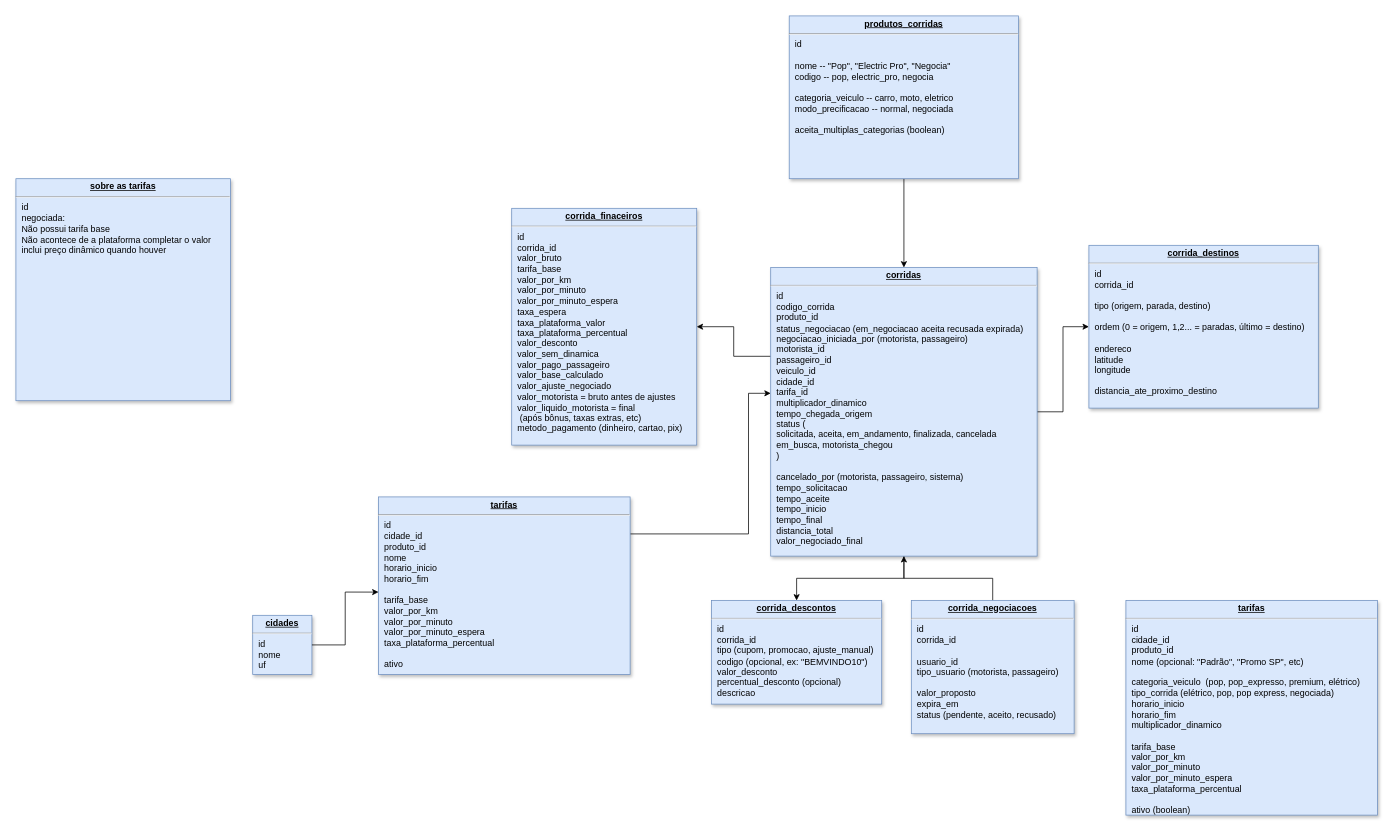
PnA-Publicidade/aplicativo-mobilidade-urbana-backend keeps this draw.io diagram as page "corridas" (2 of 2) of Diagrama sem nome.drawio. Above is the earlier version. Source tidied: cells renumbered, new cells numbered last; positions are measured from the earlier drawing's top-left corner, leaving out a move shared by most shapes. Both pictures are drawn from the tidied source at 74%, with x=0, y=0 at pixel (16, 16).
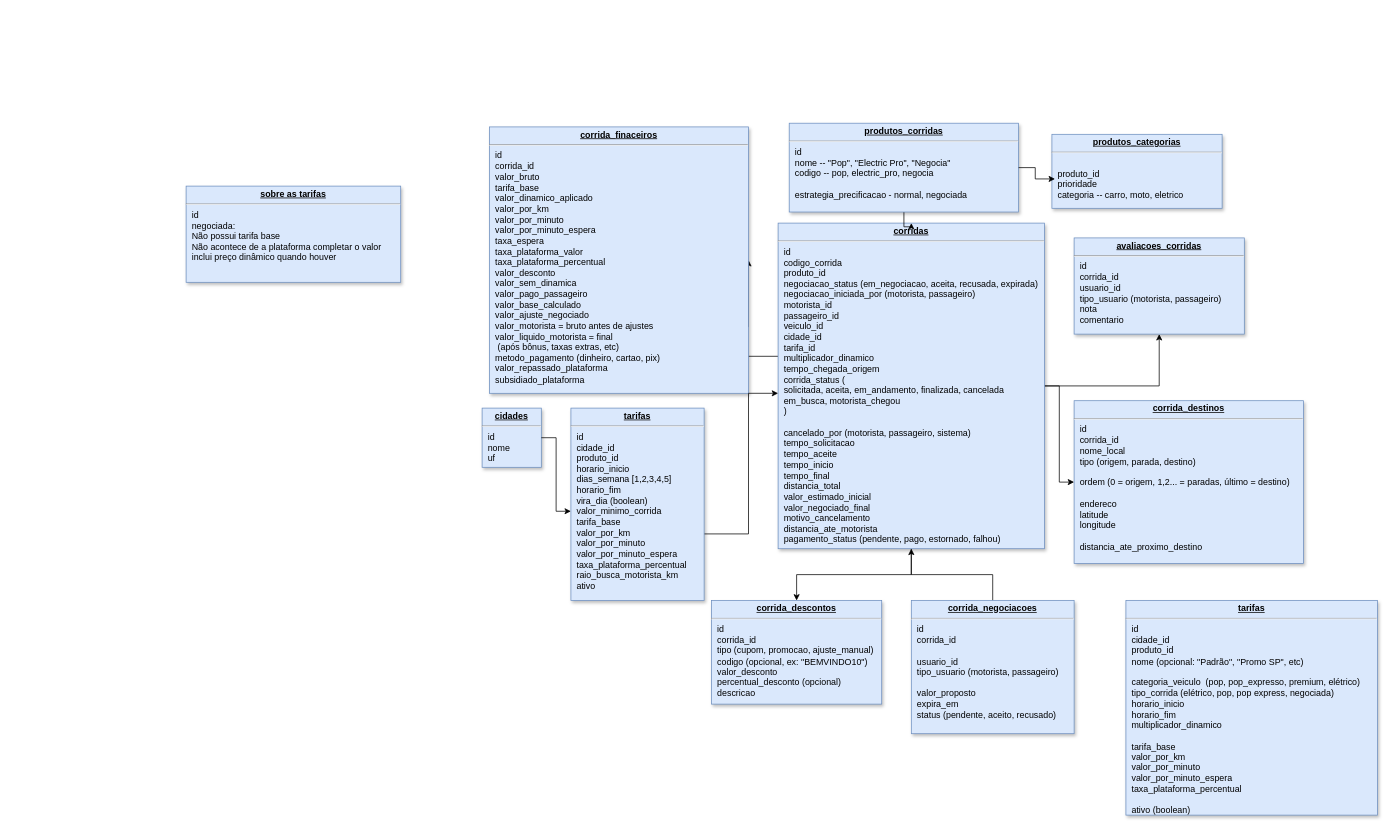
The same page after the edit.

What changed in the source:
```diff
@@
+    <mxCell id="19" style="edgeStyle=orthogonalEdgeStyle;rounded=0;jettySize=auto;html=1;entryX=0.5;entryY=1;entryDx=0;entryDy=0;" parent="1" edge="1" source="5" target="22">
+      <mxGeometry relative="1" as="geometry" />
+    </mxCell>
-    <mxCell id="5" value="&lt;p style=&quot;margin: 0px ; margin-top: 4px ; text-align: center ; text-decoration: underline&quot;&gt;&lt;b&gt;corridas&lt;/b&gt;&lt;/p&gt;&lt;hr&gt;&lt;p style=&quot;margin: 0px ; margin-left: 8px&quot;&gt;id&lt;/p&gt;&lt;p style=&quot;margin: 0px ; margin-left: 8px&quot;&gt;codigo_corrida&lt;/p&gt;&lt;p style=&quot;margin: 0px ; margin-left: 8px&quot;&gt;produto_id&lt;/p&gt;&lt;p style=&quot;margin: 0px ; margin-left: 8px&quot;&gt;status_negociacao (em_negociacao aceita recusada expirada)&lt;/p&gt;&lt;p style=&quot;margin: 0px ; margin-left: 8px&quot;&gt;negociacao_iniciada_por (motorista, passageiro)&lt;/p&gt;&lt;p style=&quot;margin: 0px ; margin-left: 8px&quot;&gt;motorista_id&lt;/p&gt;&lt;p style=&quot;margin: 0px ; margin-left: 8px&quot;&gt;passageiro_id&lt;/p&gt;&lt;p style=&quot;margin: 0px ; margin-left: 8px&quot;&gt;veiculo_id&amp;nbsp;&lt;/p&gt;&lt;p style=&quot;margin: 0px ; margin-left: 8px&quot;&gt;cidade_id&lt;/p&gt;&lt;p style=&quot;margin: 0px ; margin-left: 8px&quot;&gt;tarifa_id&lt;/p&gt;&lt;p style=&quot;margin: 0px ; margin-left: 8px&quot;&gt;multiplicador_dinamico&lt;/p&gt;&lt;p style=&quot;margin: 0px ; margin-left: 8px&quot;&gt;tempo_chegada_origem&lt;/p&gt;&lt;p style=&quot;margin: 0px ; margin-left: 8px&quot;&gt;status (&lt;/p&gt;&lt;p style=&quot;margin: 0px ; margin-left: 8px&quot;&gt;solicitada, aceita, em_andamento, finalizada, cancelada&lt;/p&gt;&lt;p style=&quot;margin: 0px ; margin-left: 8px&quot;&gt;em_busca, motorista_chegou&lt;/p&gt;&lt;p style=&quot;margin: 0px ; margin-left: 8px&quot;&gt;)&lt;/p&gt;&lt;p style=&quot;margin: 0px ; margin-left: 8px&quot;&gt;&lt;br&gt;&lt;/p&gt;&lt;p style=&quot;margin: 0px ; margin-left: 8px&quot;&gt;cancelado_por (motorista, passageiro, sistema)&lt;/p&gt;&lt;p style=&quot;margin: 0px ; margin-left: 8px&quot;&gt;tempo_solicitacao&lt;/p&gt;&lt;p style=&quot;margin: 0px ; margin-left: 8px&quot;&gt;tempo_aceite&lt;/p&gt;&lt;p style=&quot;margin: 0px ; margin-left: 8px&quot;&gt;tempo_inicio&lt;/p&gt;&lt;p style=&quot;margin: 0px ; margin-left: 8px&quot;&gt;tempo_final&lt;/p&gt;&lt;p style=&quot;margin: 0px ; margin-left: 8px&quot;&gt;distancia_total&lt;/p&gt;&lt;p style=&quot;margin: 0px ; margin-left: 8px&quot;&gt;valor_negociado_final&lt;/p&gt;&lt;p style=&quot;margin: 0px ; margin-left: 8px&quot;&gt;&lt;br&gt;&lt;/p&gt;&lt;p style=&quot;margin: 0px ; margin-left: 8px&quot;&gt;&lt;br&gt;&lt;/p&gt;" style="verticalAlign=top;align=left;overflow=fill;fontSize=12;fontFamily=Helvetica;html=1;strokeColor=#6c8ebf;shadow=1;fillColor=#dae8fc;" parent="1" vertex="1">
-      <mxGeometry x="1020" y="340" width="360" height="390" as="geometry" />
+    <mxCell id="5" value="&lt;p style=&quot;margin: 0px ; margin-top: 4px ; text-align: center ; text-decoration: underline&quot;&gt;&lt;b&gt;corridas&lt;/b&gt;&lt;/p&gt;&lt;hr&gt;&lt;p style=&quot;margin: 0px ; margin-left: 8px&quot;&gt;id&lt;/p&gt;&lt;p style=&quot;margin: 0px ; margin-left: 8px&quot;&gt;codigo_corrida&lt;/p&gt;&lt;p style=&quot;margin: 0px ; margin-left: 8px&quot;&gt;produto_id&lt;/p&gt;&lt;p style=&quot;margin: 0px ; margin-left: 8px&quot;&gt;negociacao_status (em_negociacao, aceita, recusada, expirada)&lt;/p&gt;&lt;p style=&quot;margin: 0px ; margin-left: 8px&quot;&gt;negociacao_iniciada_por (motorista, passageiro)&lt;/p&gt;&lt;p style=&quot;margin: 0px ; margin-left: 8px&quot;&gt;motorista_id&lt;/p&gt;&lt;p style=&quot;margin: 0px ; margin-left: 8px&quot;&gt;passageiro_id&lt;/p&gt;&lt;p style=&quot;margin: 0px ; margin-left: 8px&quot;&gt;veiculo_id&amp;nbsp;&lt;/p&gt;&lt;p style=&quot;margin: 0px ; margin-left: 8px&quot;&gt;cidade_id&lt;/p&gt;&lt;p style=&quot;margin: 0px ; margin-left: 8px&quot;&gt;tarifa_id&lt;/p&gt;&lt;p style=&quot;margin: 0px ; margin-left: 8px&quot;&gt;multiplicador_dinamico&lt;/p&gt;&lt;p style=&quot;margin: 0px ; margin-left: 8px&quot;&gt;tempo_chegada_origem&lt;/p&gt;&lt;p style=&quot;margin: 0px ; margin-left: 8px&quot;&gt;corrida_status (&lt;/p&gt;&lt;p style=&quot;margin: 0px ; margin-left: 8px&quot;&gt;solicitada, aceita, em_andamento, finalizada, cancelada&lt;/p&gt;&lt;p style=&quot;margin: 0px ; margin-left: 8px&quot;&gt;em_busca, motorista_chegou&lt;/p&gt;&lt;p style=&quot;margin: 0px ; margin-left: 8px&quot;&gt;)&lt;/p&gt;&lt;p style=&quot;margin: 0px ; margin-left: 8px&quot;&gt;&lt;br&gt;&lt;/p&gt;&lt;p style=&quot;margin: 0px ; margin-left: 8px&quot;&gt;cancelado_por (motorista, passageiro, sistema)&lt;/p&gt;&lt;p style=&quot;margin: 0px ; margin-left: 8px&quot;&gt;tempo_solicitacao&lt;/p&gt;&lt;p style=&quot;margin: 0px ; margin-left: 8px&quot;&gt;tempo_aceite&lt;/p&gt;&lt;p style=&quot;margin: 0px ; margin-left: 8px&quot;&gt;tempo_inicio&lt;/p&gt;&lt;p style=&quot;margin: 0px ; margin-left: 8px&quot;&gt;tempo_final&lt;/p&gt;&lt;p style=&quot;margin: 0px ; margin-left: 8px&quot;&gt;distancia_total&lt;/p&gt;&lt;p style=&quot;margin: 0px ; margin-left: 8px&quot;&gt;valor_estimado_inicial&lt;/p&gt;&lt;p style=&quot;margin: 0px ; margin-left: 8px&quot;&gt;valor_negociado_final&lt;/p&gt;&lt;p style=&quot;margin: 0px ; margin-left: 8px&quot;&gt;motivo_cancelamento&lt;/p&gt;&lt;p style=&quot;margin: 0px ; margin-left: 8px&quot;&gt;distancia_ate_motorista&lt;/p&gt;&lt;p style=&quot;margin: 0px ; margin-left: 8px&quot;&gt;pagamento_status (pendente, pago, estornado, falhou)&lt;/p&gt;&lt;p style=&quot;margin: 0px ; margin-left: 8px&quot;&gt;&lt;br&gt;&lt;/p&gt;" style="verticalAlign=top;align=left;overflow=fill;fontSize=12;fontFamily=Helvetica;html=1;strokeColor=#6c8ebf;shadow=1;fillColor=#dae8fc;" parent="1" vertex="1">
+      <mxGeometry x="1030" y="280" width="360" height="440" as="geometry" />
     </mxCell>
-    <mxCell id="6" value="&lt;p style=&quot;margin: 0px ; margin-top: 4px ; text-align: center ; text-decoration: underline&quot;&gt;&lt;b&gt;corrida_finaceiros&lt;/b&gt;&lt;/p&gt;&lt;hr&gt;&lt;p style=&quot;margin: 0px ; margin-left: 8px&quot;&gt;id&lt;/p&gt;&lt;p style=&quot;margin: 0px ; margin-left: 8px&quot;&gt;corrida_id&lt;/p&gt;&lt;p style=&quot;margin: 0px ; margin-left: 8px&quot;&gt;valor_bruto&lt;/p&gt;&lt;p style=&quot;margin: 0px ; margin-left: 8px&quot;&gt;tarifa_base&lt;/p&gt;&lt;p style=&quot;margin: 0px ; margin-left: 8px&quot;&gt;valor_por_km&lt;/p&gt;&lt;p style=&quot;margin: 0px ; margin-left: 8px&quot;&gt;valor_por_minuto&lt;/p&gt;&lt;p style=&quot;margin: 0px ; margin-left: 8px&quot;&gt;valor_por_minuto_espera&lt;/p&gt;&lt;p style=&quot;margin: 0px ; margin-left: 8px&quot;&gt;taxa_espera&lt;/p&gt;&lt;p style=&quot;margin: 0px 0px 0px 8px;&quot;&gt;taxa_plataforma_valor&lt;/p&gt;&lt;p style=&quot;margin: 0px 0px 0px 8px;&quot;&gt;taxa_plataforma_percentual&lt;/p&gt;&lt;p style=&quot;margin: 0px ; margin-left: 8px&quot;&gt;valor_desconto&lt;/p&gt;&lt;p style=&quot;margin: 0px ; margin-left: 8px&quot;&gt;valor_sem_dinamica&lt;/p&gt;&lt;p style=&quot;margin: 0px ; margin-left: 8px&quot;&gt;valor_pago_passageiro&lt;/p&gt;&lt;p style=&quot;margin: 0px ; margin-left: 8px&quot;&gt;valor_base_calculado&lt;br&gt;valor_ajuste_negociado&lt;/p&gt;&lt;p style=&quot;margin: 0px ; margin-left: 8px&quot;&gt;valor_motorista = bruto antes de ajustes&lt;/p&gt;&lt;p style=&quot;margin: 0px ; margin-left: 8px&quot;&gt;valor_liquido_motorista = final&lt;/p&gt;&lt;p style=&quot;margin: 0px ; margin-left: 8px&quot;&gt;&amp;nbsp;(após bônus, taxas extras, etc)&lt;/p&gt;&lt;p style=&quot;margin: 0px ; margin-left: 8px&quot;&gt;metodo_pagamento (dinheiro, cartao, pix)&lt;/p&gt;" style="verticalAlign=top;align=left;overflow=fill;fontSize=12;fontFamily=Helvetica;html=1;strokeColor=#6c8ebf;shadow=1;fillColor=#dae8fc;" parent="1" vertex="1">
-      <mxGeometry x="670" y="260" width="250" height="320" as="geometry" />
+    <mxCell id="6" value="&lt;p style=&quot;margin: 0px ; margin-top: 4px ; text-align: center ; text-decoration: underline&quot;&gt;&lt;b&gt;corrida_finaceiros&lt;/b&gt;&lt;/p&gt;&lt;hr&gt;&lt;p style=&quot;margin: 0px ; margin-left: 8px&quot;&gt;id&lt;/p&gt;&lt;p style=&quot;margin: 0px ; margin-left: 8px&quot;&gt;corrida_id&lt;/p&gt;&lt;p style=&quot;margin: 0px ; margin-left: 8px&quot;&gt;valor_bruto&lt;/p&gt;&lt;p style=&quot;margin: 0px ; margin-left: 8px&quot;&gt;tarifa_base&lt;/p&gt;&lt;p style=&quot;margin: 0px ; margin-left: 8px&quot;&gt;valor_dinamico_aplicado&lt;/p&gt;&lt;p style=&quot;margin: 0px ; margin-left: 8px&quot;&gt;valor_por_km&lt;/p&gt;&lt;p style=&quot;margin: 0px ; margin-left: 8px&quot;&gt;valor_por_minuto&lt;/p&gt;&lt;p style=&quot;margin: 0px ; margin-left: 8px&quot;&gt;valor_por_minuto_espera&lt;/p&gt;&lt;p style=&quot;margin: 0px ; margin-left: 8px&quot;&gt;taxa_espera&lt;/p&gt;&lt;p style=&quot;margin: 0px 0px 0px 8px;&quot;&gt;taxa_plataforma_valor&lt;/p&gt;&lt;p style=&quot;margin: 0px 0px 0px 8px;&quot;&gt;taxa_plataforma_percentual&lt;/p&gt;&lt;p style=&quot;margin: 0px ; margin-left: 8px&quot;&gt;valor_desconto&lt;/p&gt;&lt;p style=&quot;margin: 0px ; margin-left: 8px&quot;&gt;valor_sem_dinamica&lt;/p&gt;&lt;p style=&quot;margin: 0px ; margin-left: 8px&quot;&gt;valor_pago_passageiro&lt;/p&gt;&lt;p style=&quot;margin: 0px ; margin-left: 8px&quot;&gt;valor_base_calculado&lt;br&gt;valor_ajuste_negociado&lt;/p&gt;&lt;p style=&quot;margin: 0px ; margin-left: 8px&quot;&gt;valor_motorista = bruto antes de ajustes&lt;/p&gt;&lt;p style=&quot;margin: 0px ; margin-left: 8px&quot;&gt;valor_liquido_motorista = final&lt;/p&gt;&lt;p style=&quot;margin: 0px ; margin-left: 8px&quot;&gt;&amp;nbsp;(após bônus, taxas extras, etc)&lt;/p&gt;&lt;p style=&quot;margin: 0px ; margin-left: 8px&quot;&gt;metodo_pagamento (dinheiro, cartao, pix)&lt;/p&gt;&lt;p style=&quot;margin: 0px ; margin-left: 8px&quot;&gt;valor_repassado_plataforma&lt;/p&gt;&lt;p style=&quot;margin: 0px ; margin-left: 8px&quot;&gt;subsidiado_plataforma&lt;/p&gt;" style="verticalAlign=top;align=left;overflow=fill;fontSize=12;fontFamily=Helvetica;html=1;strokeColor=#6c8ebf;shadow=1;fillColor=#dae8fc;" parent="1" vertex="1">
+      <mxGeometry x="640" y="150" width="350" height="360" as="geometry" />
     </mxCell>
-    <mxCell id="7" value="&lt;p style=&quot;margin: 0px ; margin-top: 4px ; text-align: center ; text-decoration: underline&quot;&gt;&lt;b&gt;corrida_destinos&lt;/b&gt;&lt;/p&gt;&lt;hr&gt;&lt;p style=&quot;margin: 0px ; margin-left: 8px&quot;&gt;id&lt;/p&gt;&lt;p style=&quot;margin: 0px ; margin-left: 8px&quot;&gt;corrida_id&lt;/p&gt;&lt;p style=&quot;margin: 0px ; margin-left: 8px&quot;&gt;&lt;br&gt;&lt;/p&gt;&lt;p style=&quot;margin: 0px ; margin-left: 8px&quot;&gt;tipo (origem, parada, destino)&lt;/p&gt;&lt;p style=&quot;margin: 0px ; margin-left: 8px&quot;&gt;&lt;br&gt;&lt;/p&gt;&lt;p style=&quot;margin: 0px ; margin-left: 8px&quot;&gt;ordem (0 = origem, 1,2... = paradas, último = destino)&lt;/p&gt;&lt;p style=&quot;margin: 0px ; margin-left: 8px&quot;&gt;&lt;br&gt;&lt;/p&gt;&lt;p style=&quot;margin: 0px ; margin-left: 8px&quot;&gt;endereco&lt;/p&gt;&lt;p style=&quot;margin: 0px ; margin-left: 8px&quot;&gt;latitude&lt;/p&gt;&lt;p style=&quot;margin: 0px ; margin-left: 8px&quot;&gt;longitude&lt;/p&gt;&lt;p style=&quot;margin: 0px ; margin-left: 8px&quot;&gt;&lt;br&gt;&lt;/p&gt;&lt;p style=&quot;margin: 0px ; margin-left: 8px&quot;&gt;distancia_ate_proximo_destino&lt;/p&gt;" style="verticalAlign=top;align=left;overflow=fill;fontSize=12;fontFamily=Helvetica;html=1;strokeColor=#6c8ebf;shadow=1;fillColor=#dae8fc;" parent="1" vertex="1">
-      <mxGeometry x="1450" y="310" width="310" height="220" as="geometry" />
+    <mxCell id="7" value="&lt;p style=&quot;margin: 0px ; margin-top: 4px ; text-align: center ; text-decoration: underline&quot;&gt;&lt;b&gt;corrida_destinos&lt;/b&gt;&lt;/p&gt;&lt;hr&gt;&lt;p style=&quot;margin: 0px ; margin-left: 8px&quot;&gt;id&lt;/p&gt;&lt;p style=&quot;margin: 0px ; margin-left: 8px&quot;&gt;corrida_id&lt;/p&gt;&lt;p style=&quot;margin: 0px ; margin-left: 8px&quot;&gt;nome_local&lt;/p&gt;&lt;p style=&quot;margin: 0px ; margin-left: 8px&quot;&gt;tipo (origem, parada, destino)&lt;/p&gt;&lt;p style=&quot;margin: 0px ; margin-left: 8px&quot;&gt;&lt;br&gt;&lt;/p&gt;&lt;p style=&quot;margin: 0px ; margin-left: 8px&quot;&gt;ordem (0 = origem, 1,2... = paradas, último = destino)&lt;/p&gt;&lt;p style=&quot;margin: 0px ; margin-left: 8px&quot;&gt;&lt;br&gt;&lt;/p&gt;&lt;p style=&quot;margin: 0px ; margin-left: 8px&quot;&gt;endereco&lt;/p&gt;&lt;p style=&quot;margin: 0px ; margin-left: 8px&quot;&gt;latitude&lt;/p&gt;&lt;p style=&quot;margin: 0px ; margin-left: 8px&quot;&gt;longitude&lt;/p&gt;&lt;p style=&quot;margin: 0px ; margin-left: 8px&quot;&gt;&lt;br&gt;&lt;/p&gt;&lt;p style=&quot;margin: 0px ; margin-left: 8px&quot;&gt;distancia_ate_proximo_destino&lt;/p&gt;" style="verticalAlign=top;align=left;overflow=fill;fontSize=12;fontFamily=Helvetica;html=1;strokeColor=#6c8ebf;shadow=1;fillColor=#dae8fc;" parent="1" vertex="1">
+      <mxGeometry x="1430" y="520" width="310" height="220" as="geometry" />
     </mxCell>
@@
-    <mxCell id="10" value="&lt;p style=&quot;margin: 0px ; margin-top: 4px ; text-align: center ; text-decoration: underline&quot;&gt;&lt;b&gt;tarifas&lt;/b&gt;&lt;/p&gt;&lt;hr&gt;&lt;p style=&quot;margin: 0px ; margin-left: 8px&quot;&gt;id&lt;br&gt;cidade_id&lt;br&gt;produto_id&lt;br&gt;nome&lt;br&gt;horario_inicio&lt;br&gt;horario_fim&lt;br&gt;&lt;br&gt;tarifa_base&lt;br&gt;valor_por_km&lt;br&gt;valor_por_minuto&lt;br&gt;valor_por_minuto_espera&lt;br&gt;taxa_plataforma_percentual&lt;br&gt;&lt;br&gt;ativo&lt;/p&gt;&lt;div&gt;&lt;br&gt;&lt;/div&gt;" style="verticalAlign=top;align=left;overflow=fill;fontSize=12;fontFamily=Helvetica;html=1;strokeColor=#6c8ebf;shadow=1;fillColor=#dae8fc;" parent="1" vertex="1">
-      <mxGeometry x="490" y="650" width="340" height="240" as="geometry" />
+    <mxCell id="10" value="&lt;p style=&quot;margin: 0px ; margin-top: 4px ; text-align: center ; text-decoration: underline&quot;&gt;&lt;b&gt;tarifas&lt;/b&gt;&lt;/p&gt;&lt;hr&gt;&lt;p style=&quot;margin: 0px ; margin-left: 8px&quot;&gt;id&lt;br&gt;cidade_id&lt;br&gt;produto_id&lt;br&gt;horario_inicio&lt;/p&gt;&lt;p style=&quot;margin: 0px ; margin-left: 8px&quot;&gt;dias_semana [&lt;span class=&quot;ͼy&quot;&gt;1&lt;/span&gt;,&lt;span class=&quot;ͼy&quot;&gt;2&lt;/span&gt;,&lt;span class=&quot;ͼy&quot;&gt;3&lt;/span&gt;,&lt;span class=&quot;ͼy&quot;&gt;4&lt;/span&gt;,&lt;span class=&quot;ͼy&quot;&gt;5&lt;/span&gt;]&lt;br&gt;horario_fim&lt;/p&gt;&lt;p style=&quot;margin: 0px ; margin-left: 8px&quot;&gt;vira_dia (boolean)&lt;br&gt;valor_minimo_corrida&lt;br&gt;tarifa_base&lt;br&gt;valor_por_km&lt;br&gt;valor_por_minuto&lt;/p&gt;&lt;p style=&quot;margin: 0px ; margin-left: 8px&quot;&gt;valor_por_minuto_espera&lt;br&gt;taxa_plataforma_percentual&lt;/p&gt;&lt;p style=&quot;margin: 0px ; margin-left: 8px&quot;&gt;raio_busca_motorista_km&lt;br&gt;ativo&lt;/p&gt;&lt;div&gt;&lt;br&gt;&lt;/div&gt;" style="verticalAlign=top;align=left;overflow=fill;fontSize=12;fontFamily=Helvetica;html=1;strokeColor=#6c8ebf;shadow=1;fillColor=#dae8fc;" parent="1" vertex="1">
+      <mxGeometry x="750" y="530" width="180" height="260" as="geometry" />
     </mxCell>
     <mxCell id="11" value="&lt;p style=&quot;margin: 0px ; margin-top: 4px ; text-align: center ; text-decoration: underline&quot;&gt;&lt;b&gt;cidades&lt;/b&gt;&lt;/p&gt;&lt;hr&gt;&lt;p style=&quot;margin: 0px ; margin-left: 8px&quot;&gt;id&lt;/p&gt;&lt;p style=&quot;margin: 0px ; margin-left: 8px&quot;&gt;&lt;span style=&quot;background-color: transparent; color: light-dark(rgb(0, 0, 0), rgb(255, 255, 255));&quot;&gt;nome&lt;/span&gt;&lt;/p&gt;&lt;p style=&quot;margin: 0px ; margin-left: 8px&quot;&gt;uf&lt;/p&gt;&lt;div&gt;&lt;br&gt;&lt;/div&gt;" style="verticalAlign=top;align=left;overflow=fill;fontSize=12;fontFamily=Helvetica;html=1;strokeColor=#6c8ebf;shadow=1;fillColor=#dae8fc;" parent="1" vertex="1">
-      <mxGeometry x="320" y="810" width="80" height="80" as="geometry" />
+      <mxGeometry x="630" y="530" width="80" height="80" as="geometry" />
     </mxCell>
@@
     <mxCell id="13" value="&lt;p style=&quot;margin: 0px ; margin-top: 4px ; text-align: center ; text-decoration: underline&quot;&gt;&lt;b&gt;sobre as tarifas&lt;/b&gt;&lt;/p&gt;&lt;hr&gt;&lt;p style=&quot;margin: 0px ; margin-left: 8px&quot;&gt;id&lt;/p&gt;&lt;p style=&quot;margin: 0px ; margin-left: 8px&quot;&gt;negociada:&lt;br&gt;Não possui tarifa base&lt;br&gt;Não acontece de a plataforma completar o valor&lt;/p&gt;&lt;p style=&quot;margin: 0px ; margin-left: 8px&quot;&gt;inclui preço dinâmico quando houver&lt;/p&gt;" style="verticalAlign=top;align=left;overflow=fill;fontSize=12;fontFamily=Helvetica;html=1;strokeColor=#6c8ebf;shadow=1;fillColor=#dae8fc;" parent="1" vertex="1">
-      <mxGeometry y="220" width="290" height="300" as="geometry" />
+      <mxGeometry x="230" y="230" width="290" height="130" as="geometry" />
     </mxCell>
@@
-    <mxCell id="17" value="&lt;p style=&quot;margin: 0px ; margin-top: 4px ; text-align: center ; text-decoration: underline&quot;&gt;&lt;b&gt;produtos_corridas&lt;/b&gt;&lt;/p&gt;&lt;hr&gt;&lt;p style=&quot;margin: 0px ; margin-left: 8px&quot;&gt;id&lt;/p&gt;&lt;p style=&quot;margin: 0px ; margin-left: 8px&quot;&gt;&lt;br&gt;nome                &lt;span class=&quot;ͼt&quot;&gt;-- &quot;Pop&quot;, &quot;Electric Pro&quot;, &quot;Negocia&quot;&lt;/span&gt;&lt;br&gt;codigo              &lt;span class=&quot;ͼt&quot;&gt;-- pop, electric_pro, negocia&lt;/span&gt;&lt;br&gt;&lt;br&gt;categoria_veiculo   &lt;span class=&quot;ͼt&quot;&gt;-- carro, moto, eletrico&lt;/span&gt;&lt;br&gt;modo_precificacao   &lt;span class=&quot;ͼt&quot;&gt;-- normal, negociada&lt;/span&gt;&lt;br&gt;&lt;br&gt;aceita_multiplas_categorias (&lt;span class=&quot;ͼ11&quot;&gt;boolean&lt;/span&gt;)&lt;/p&gt;" style="verticalAlign=top;align=left;overflow=fill;fontSize=12;fontFamily=Helvetica;html=1;strokeColor=#6c8ebf;shadow=1;fillColor=#dae8fc;" parent="1" vertex="1">
-      <mxGeometry x="1045" width="310" height="220" as="geometry" />
+    <mxCell id="17" value="&lt;p style=&quot;margin: 0px ; margin-top: 4px ; text-align: center ; text-decoration: underline&quot;&gt;&lt;b&gt;produtos_corridas&lt;/b&gt;&lt;/p&gt;&lt;hr&gt;&lt;p style=&quot;margin: 0px ; margin-left: 8px&quot;&gt;id&lt;/p&gt;&lt;p style=&quot;margin: 0px ; margin-left: 8px&quot;&gt;nome                &lt;span class=&quot;ͼt&quot;&gt;-- &quot;Pop&quot;, &quot;Electric Pro&quot;, &quot;Negocia&quot;&lt;/span&gt;&lt;br&gt;codigo              &lt;span class=&quot;ͼt&quot;&gt;-- pop, electric_pro, negocia&lt;/span&gt;&lt;br&gt;&lt;br&gt;estrategia_precificacao&amp;nbsp;&lt;span class=&quot;ͼt&quot;&gt;- normal, negociada&lt;/span&gt;&lt;br&gt;&lt;br&gt;&lt;br&gt;&lt;/p&gt;" style="verticalAlign=top;align=left;overflow=fill;fontSize=12;fontFamily=Helvetica;html=1;strokeColor=#6c8ebf;shadow=1;fillColor=#dae8fc;" parent="1" vertex="1">
+      <mxGeometry x="1045" y="145" width="310" height="120" as="geometry" />
     </mxCell>
@@
+    <mxCell id="20" value="&lt;p style=&quot;margin: 0px ; margin-top: 4px ; text-align: center ; text-decoration: underline&quot;&gt;&lt;b&gt;produtos_categorias&lt;/b&gt;&lt;/p&gt;&lt;hr&gt;&lt;p style=&quot;margin: 0px ; margin-left: 8px&quot;&gt;&lt;br&gt;&lt;/p&gt;&lt;p style=&quot;margin: 0px ; margin-left: 8px&quot;&gt;produto_id&lt;/p&gt;&lt;p style=&quot;margin: 0px ; margin-left: 8px&quot;&gt;prioridade&lt;/p&gt;&lt;p style=&quot;margin: 0px ; margin-left: 8px&quot;&gt;categoria -- carro, moto, eletrico&lt;/p&gt;" style="verticalAlign=top;align=left;overflow=fill;fontSize=12;fontFamily=Helvetica;html=1;strokeColor=#6c8ebf;shadow=1;fillColor=#dae8fc;" parent="1" vertex="1">
+      <mxGeometry x="1400" y="160" width="230" height="100" as="geometry" />
+    </mxCell>
+    <mxCell id="21" style="edgeStyle=orthogonalEdgeStyle;rounded=0;jettySize=auto;html=1;entryX=0.018;entryY=0.603;entryDx=0;entryDy=0;entryPerimeter=0;" parent="1" edge="1" source="17" target="20">
+      <mxGeometry relative="1" as="geometry" />
+    </mxCell>
+    <mxCell id="22" value="&lt;p style=&quot;margin: 0px ; margin-top: 4px ; text-align: center ; text-decoration: underline&quot;&gt;&lt;b&gt;avaliacoes_corridas&lt;/b&gt;&lt;/p&gt;&lt;hr&gt;&lt;p style=&quot;margin: 0px ; margin-left: 8px&quot;&gt;id&lt;/p&gt;&lt;p style=&quot;margin: 0px ; margin-left: 8px&quot;&gt;corrida_id&lt;/p&gt;&lt;p style=&quot;margin: 0px 0px 0px 8px;&quot;&gt;usuario_id&lt;/p&gt;&lt;p style=&quot;margin: 0px 0px 0px 8px;&quot;&gt;tipo_usuario (motorista, passageiro)&lt;/p&gt;&lt;p style=&quot;margin: 0px ; margin-left: 8px&quot;&gt;nota&lt;/p&gt;&lt;p style=&quot;margin: 0px ; margin-left: 8px&quot;&gt;comentario&lt;/p&gt;" style="verticalAlign=top;align=left;overflow=fill;fontSize=12;fontFamily=Helvetica;html=1;strokeColor=#6c8ebf;shadow=1;fillColor=#dae8fc;" parent="1" vertex="1">
+      <mxGeometry x="1430" y="300" width="230" height="130" as="geometry" />
+    </mxCell>
```
